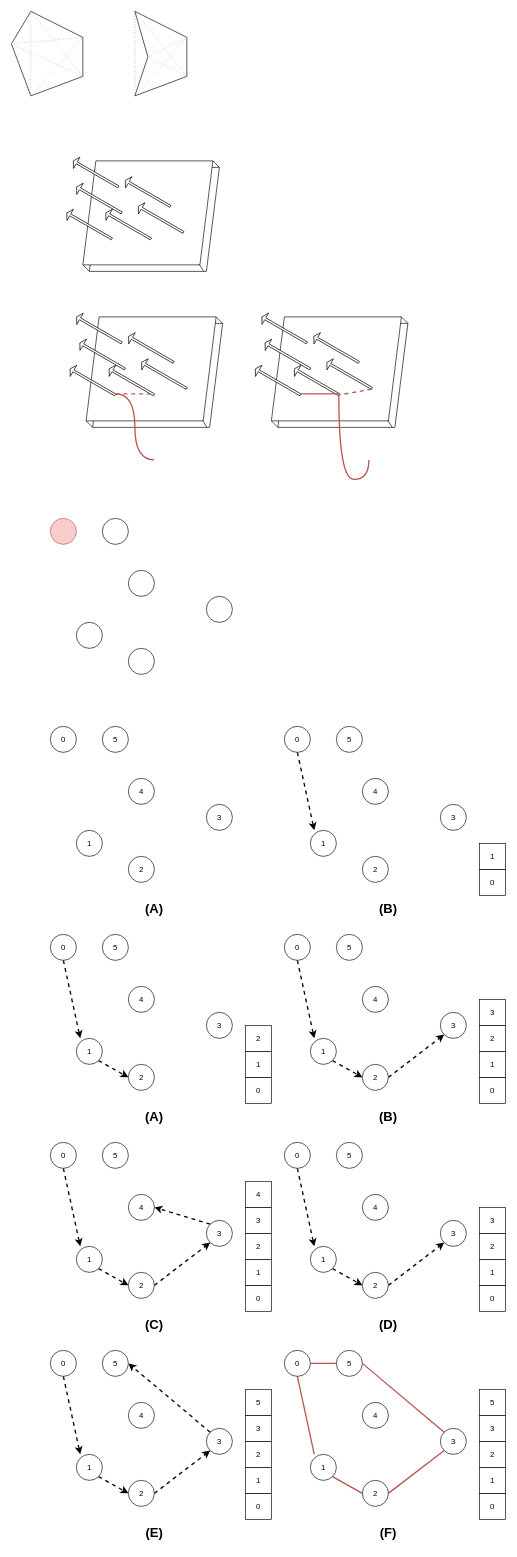
The draw.io diagram docs/geometric-algorithms/02-grahams-scan/figures.drawio in i-am-wonseoklee/i-am-wonseoklee.github.io, before the edit. Source tidied: cells renumbered, new cells numbered last; positions are measured from the earlier drawing's top-left corner, leaving out a move shared by most shapes. Both pictures are drawn from the tidied source at 65%, with x=0, y=0 at pixel (11, 11).
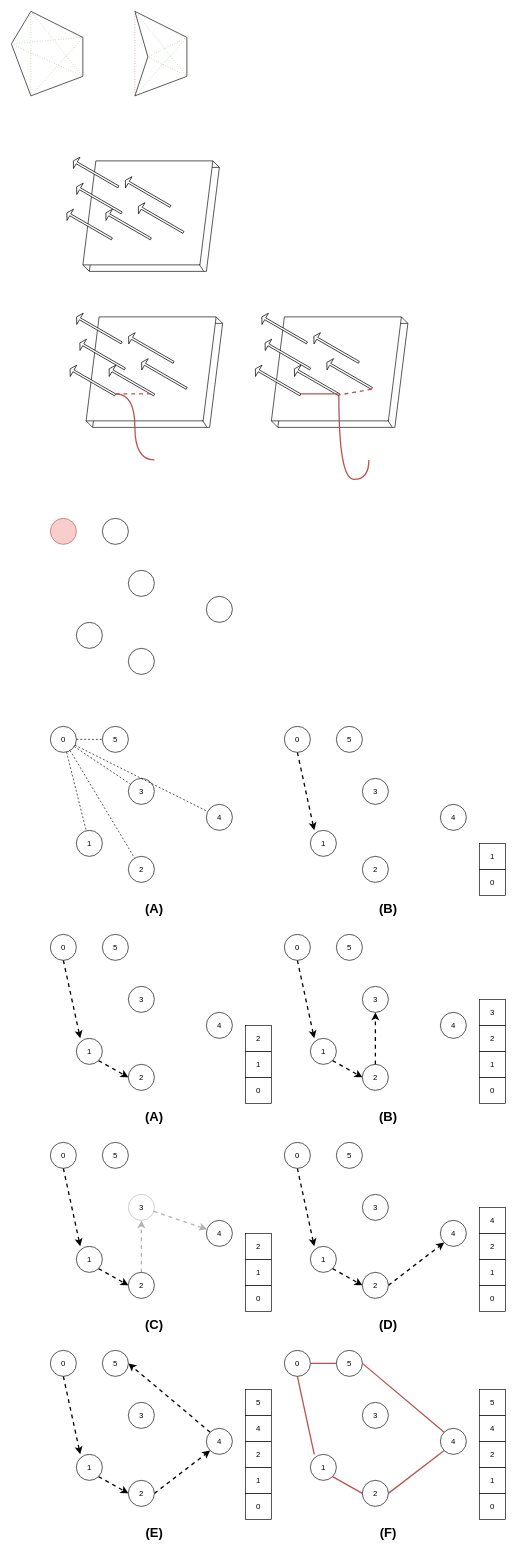
The same page after the edit.

Commit message (it also covers changes not shown here):
post: modify wrong diagrams explaining graham scan

The change refers to these unchanged cells:
```xml
<mxCell id="23" value="0" style="ellipse;whiteSpace=wrap;html=1;" parent="1" vertex="1">
  <mxGeometry x="60" y="1100" width="40" height="40" as="geometry" />
</mxCell>
<mxCell id="24" value="1" style="ellipse;whiteSpace=wrap;html=1;" parent="1" vertex="1">
  <mxGeometry x="100" y="1260" width="40" height="40" as="geometry" />
</mxCell>
<mxCell id="27" value="5" style="ellipse;whiteSpace=wrap;html=1;" parent="1" vertex="1">
  <mxGeometry x="140" y="1100" width="40" height="40" as="geometry" />
</mxCell>
<mxCell id="28" value="2" style="ellipse;whiteSpace=wrap;html=1;" parent="1" vertex="1">
  <mxGeometry x="180" y="1300" width="40" height="40" as="geometry" />
</mxCell>
<mxCell id="57" value="2" style="ellipse;whiteSpace=wrap;html=1;" parent="1" vertex="1">
  <mxGeometry x="540" y="1620" width="40" height="40" as="geometry" />
</mxCell>
<mxCell id="71" value="2" style="ellipse;whiteSpace=wrap;html=1;" parent="1" vertex="1">
  <mxGeometry x="180" y="1940" width="40" height="40" as="geometry" />
</mxCell>
```

The edit, as a diff of the source:
```diff
@@
-    <mxCell id="25" value="4" style="ellipse;whiteSpace=wrap;html=1;" parent="1" vertex="1">
+    <mxCell id="25" value="3" style="ellipse;whiteSpace=wrap;html=1;" parent="1" vertex="1">
       <mxGeometry x="180" y="1180" width="40" height="40" as="geometry" />
     </mxCell>
-    <mxCell id="26" value="3" style="ellipse;whiteSpace=wrap;html=1;" parent="1" vertex="1">
+    <mxCell id="26" value="4" style="ellipse;whiteSpace=wrap;html=1;" parent="1" vertex="1">
       <mxGeometry x="300" y="1220" width="40" height="40" as="geometry" />
     </mxCell>
@@
-    <mxCell id="32" value="4" style="ellipse;whiteSpace=wrap;html=1;" parent="1" vertex="1">
+    <mxCell id="32" value="3" style="ellipse;whiteSpace=wrap;html=1;" parent="1" vertex="1">
       <mxGeometry x="540" y="1180" width="40" height="40" as="geometry" />
     </mxCell>
-    <mxCell id="33" value="3" style="ellipse;whiteSpace=wrap;html=1;" parent="1" vertex="1">
+    <mxCell id="33" value="4" style="ellipse;whiteSpace=wrap;html=1;" parent="1" vertex="1">
       <mxGeometry x="660" y="1220" width="40" height="40" as="geometry" />
     </mxCell>
@@
-    <mxCell id="42" value="4" style="ellipse;whiteSpace=wrap;html=1;" parent="1" vertex="1">
+    <mxCell id="42" value="3" style="ellipse;whiteSpace=wrap;html=1;" parent="1" vertex="1">
       <mxGeometry x="180" y="1500" width="40" height="40" as="geometry" />
     </mxCell>
-    <mxCell id="43" value="3" style="ellipse;whiteSpace=wrap;html=1;" parent="1" vertex="1">
+    <mxCell id="43" value="4" style="ellipse;whiteSpace=wrap;html=1;" parent="1" vertex="1">
       <mxGeometry x="300" y="1540" width="40" height="40" as="geometry" />
     </mxCell>
@@
-    <mxCell id="53" value="4" style="ellipse;whiteSpace=wrap;html=1;" parent="1" vertex="1">
+    <mxCell id="53" value="3" style="ellipse;whiteSpace=wrap;html=1;" parent="1" vertex="1">
       <mxGeometry x="540" y="1500" width="40" height="40" as="geometry" />
     </mxCell>
-    <mxCell id="54" value="3" style="ellipse;whiteSpace=wrap;html=1;" parent="1" vertex="1">
+    <mxCell id="54" value="4" style="ellipse;whiteSpace=wrap;html=1;" parent="1" vertex="1">
       <mxGeometry x="660" y="1540" width="40" height="40" as="geometry" />
     </mxCell>
@@
-    <mxCell id="56" style="edgeStyle=none;rounded=0;jettySize=auto;html=1;exitX=1;exitY=0.5;exitDx=0;exitDy=0;entryX=0;entryY=1;entryDx=0;entryDy=0;dashed=1;strokeWidth=2;" parent="1" edge="1" source="57" target="54">
-      <mxGeometry relative="1" as="geometry" />
-    </mxCell>
@@
-    <mxCell id="66" value="4" style="ellipse;whiteSpace=wrap;html=1;" parent="1" vertex="1">
+    <mxCell id="66" value="3" style="ellipse;whiteSpace=wrap;html=1;strokeColor=#B3B3B3;" parent="1" vertex="1">
       <mxGeometry x="180" y="1820" width="40" height="40" as="geometry" />
     </mxCell>
-    <mxCell id="67" style="edgeStyle=none;rounded=0;jettySize=auto;html=1;exitX=0;exitY=0;exitDx=0;exitDy=0;entryX=1;entryY=0.5;entryDx=0;entryDy=0;dashed=1;strokeWidth=2;" parent="1" edge="1" source="68" target="66">
-      <mxGeometry relative="1" as="geometry" />
-    </mxCell>
-    <mxCell id="68" value="3" style="ellipse;whiteSpace=wrap;html=1;" parent="1" vertex="1">
+    <mxCell id="68" value="4" style="ellipse;whiteSpace=wrap;html=1;" parent="1" vertex="1">
       <mxGeometry x="300" y="1860" width="40" height="40" as="geometry" />
     </mxCell>
@@
-    <mxCell id="70" style="edgeStyle=none;rounded=0;jettySize=auto;html=1;exitX=1;exitY=0.5;exitDx=0;exitDy=0;entryX=0;entryY=1;entryDx=0;entryDy=0;dashed=1;strokeWidth=2;" parent="1" edge="1" source="71" target="68">
+    <mxCell id="70" style="edgeStyle=none;rounded=0;jettySize=auto;html=1;dashed=1;strokeWidth=2;strokeColor=#B3B3B3;" parent="1" edge="1" source="71" target="66">
       <mxGeometry relative="1" as="geometry" />
     </mxCell>
@@
-    <mxCell id="75" value="3" style="rounded=0;whiteSpace=wrap;html=1;" parent="1" vertex="1">
-      <mxGeometry x="360" y="1840" width="40" height="40" as="geometry" />
-    </mxCell>
-    <mxCell id="76" value="4" style="rounded=0;whiteSpace=wrap;html=1;" parent="1" vertex="1">
-      <mxGeometry x="360" y="1800" width="40" height="40" as="geometry" />
-    </mxCell>
@@
-    <mxCell id="81" value="4" style="ellipse;whiteSpace=wrap;html=1;" parent="1" vertex="1">
+    <mxCell id="81" value="3" style="ellipse;whiteSpace=wrap;html=1;" parent="1" vertex="1">
       <mxGeometry x="540" y="1820" width="40" height="40" as="geometry" />
     </mxCell>
-    <mxCell id="82" value="3" style="ellipse;whiteSpace=wrap;html=1;" parent="1" vertex="1">
+    <mxCell id="82" value="4" style="ellipse;whiteSpace=wrap;html=1;" parent="1" vertex="1">
       <mxGeometry x="660" y="1860" width="40" height="40" as="geometry" />
     </mxCell>
@@
-    <mxCell id="89" value="3" style="rounded=0;whiteSpace=wrap;html=1;" parent="1" vertex="1">
+    <mxCell id="89" value="4" style="rounded=0;whiteSpace=wrap;html=1;" parent="1" vertex="1">
       <mxGeometry x="720" y="1840" width="40" height="40" as="geometry" />
     </mxCell>
@@
-    <mxCell id="94" value="4" style="ellipse;whiteSpace=wrap;html=1;" parent="1" vertex="1">
+    <mxCell id="94" value="3" style="ellipse;whiteSpace=wrap;html=1;" parent="1" vertex="1">
       <mxGeometry x="180" y="2140" width="40" height="40" as="geometry" />
     </mxCell>
@@
-    <mxCell id="96" value="3" style="ellipse;whiteSpace=wrap;html=1;" parent="1" vertex="1">
+    <mxCell id="96" value="4" style="ellipse;whiteSpace=wrap;html=1;" parent="1" vertex="1">
       <mxGeometry x="300" y="2180" width="40" height="40" as="geometry" />
     </mxCell>
@@
-    <mxCell id="103" value="3" style="rounded=0;whiteSpace=wrap;html=1;" parent="1" vertex="1">
+    <mxCell id="103" value="4" style="rounded=0;whiteSpace=wrap;html=1;" parent="1" vertex="1">
       <mxGeometry x="360" y="2160" width="40" height="40" as="geometry" />
     </mxCell>
@@
-    <mxCell id="109" value="4" style="ellipse;whiteSpace=wrap;html=1;" parent="1" vertex="1">
+    <mxCell id="109" value="3" style="ellipse;whiteSpace=wrap;html=1;" parent="1" vertex="1">
       <mxGeometry x="540" y="2140" width="40" height="40" as="geometry" />
     </mxCell>
@@
-    <mxCell id="111" value="3" style="ellipse;whiteSpace=wrap;html=1;" parent="1" vertex="1">
+    <mxCell id="111" value="4" style="ellipse;whiteSpace=wrap;html=1;" parent="1" vertex="1">
       <mxGeometry x="660" y="2180" width="40" height="40" as="geometry" />
     </mxCell>
@@
-    <mxCell id="119" value="3" style="rounded=0;whiteSpace=wrap;html=1;" parent="1" vertex="1">
+    <mxCell id="119" value="4" style="rounded=0;whiteSpace=wrap;html=1;" parent="1" vertex="1">
       <mxGeometry x="720" y="2160" width="40" height="40" as="geometry" />
     </mxCell>
@@
+    <mxCell id="176" style="endArrow=none;html=1;rounded=0;dashed=1;" parent="1" edge="1" source="23" target="24">
+      <mxGeometry relative="1" as="geometry" />
+    </mxCell>
+    <mxCell id="177" style="endArrow=none;html=1;rounded=0;dashed=1;" parent="1" edge="1" source="23" target="27">
+      <mxGeometry relative="1" as="geometry" />
+    </mxCell>
+    <mxCell id="178" style="endArrow=none;html=1;rounded=0;dashed=1;" parent="1" edge="1" source="23" target="25">
+      <mxGeometry relative="1" as="geometry" />
+    </mxCell>
+    <mxCell id="179" style="endArrow=none;html=1;rounded=0;dashed=1;" parent="1" edge="1" source="23" target="28">
+      <mxGeometry relative="1" as="geometry" />
+    </mxCell>
+    <mxCell id="180" style="endArrow=none;html=1;rounded=0;dashed=1;" parent="1" edge="1" source="23" target="26">
+      <mxGeometry relative="1" as="geometry" />
+    </mxCell>
+    <mxCell id="181" style="edgeStyle=none;rounded=0;jettySize=auto;html=1;dashed=1;strokeWidth=2;" parent="1" edge="1" source="57" target="53">
+      <mxGeometry relative="1" as="geometry" />
+    </mxCell>
+    <mxCell id="182" style="edgeStyle=none;rounded=0;jettySize=auto;html=1;dashed=1;strokeWidth=2;fillColor=#f8cecc;strokeColor=#B3B3B3;" parent="1" edge="1" source="66" target="68">
+      <mxGeometry relative="1" as="geometry" />
+    </mxCell>
```
